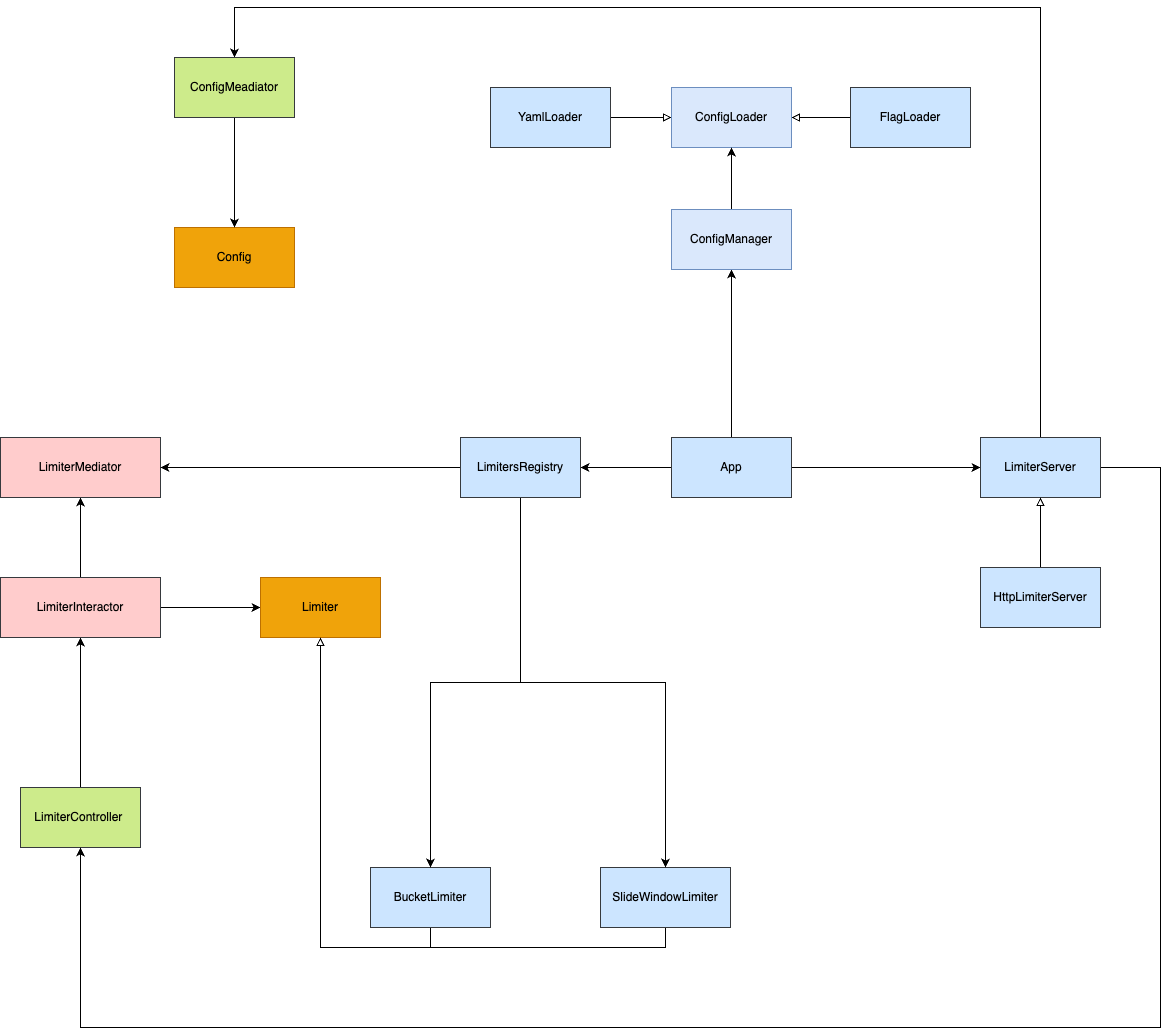
Before: Dreadnought.drawio.png, a diagram exported from draw.io (roynx98/dreadnought). Source tidied: cells renumbered, new cells last; positions are measured from the earlier drawing's top-left corner, leaving out a move shared by most shapes.
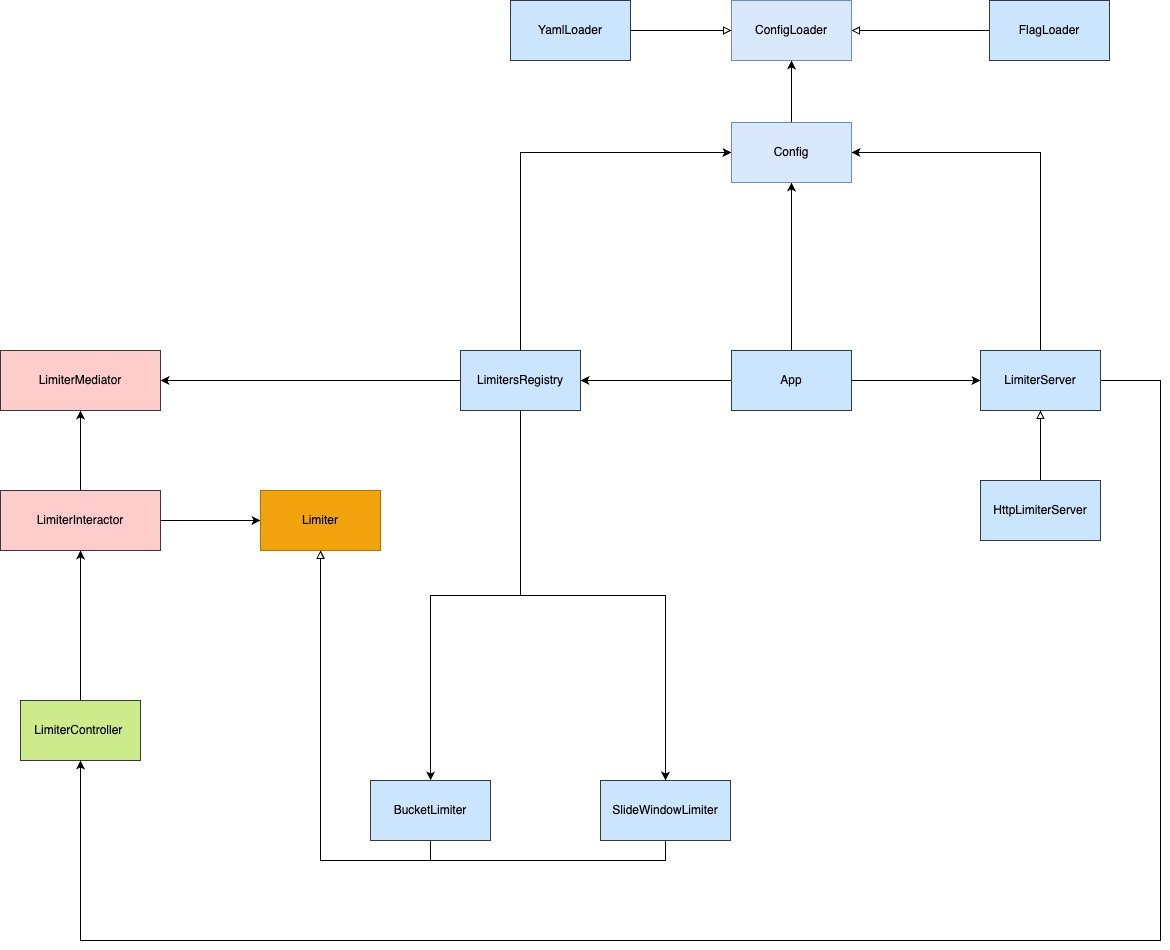
Above is the later version.

The edit, as a diff of the source:
```diff
@@ -1,4 +1,4 @@
-<mxGraphModel background="#ffffff">
+<mxGraphModel>
   <root>
     <mxCell id="0" />
     <mxCell id="1" parent="0" />
@@ -27,7 +27,7 @@
       <mxGeometry relative="1" as="geometry" />
     </mxCell>
     <mxCell id="10" value="App" style="rounded=0;whiteSpace=wrap;html=1;fillColor=#cce5ff;strokeColor=#36393d;" parent="1" vertex="1">
-      <mxGeometry x="671" y="430" width="120" height="60" as="geometry" />
+      <mxGeometry x="731" y="430" width="120" height="60" as="geometry" />
     </mxCell>
     <mxCell id="11" style="edgeStyle=orthogonalEdgeStyle;rounded=0;jettySize=auto;html=1;entryX=0.5;entryY=1;entryDx=0;entryDy=0;" parent="1" edge="1" source="13" target="3">
       <mxGeometry relative="1" as="geometry">
@@ -37,14 +37,13 @@
         </Array>
       </mxGeometry>
     </mxCell>
-    <mxCell id="12" style="edgeStyle=orthogonalEdgeStyle;rounded=0;jettySize=auto;html=1;exitX=0.5;exitY=0;exitDx=0;exitDy=0;entryX=0.5;entryY=0;entryDx=0;entryDy=0;" parent="1" edge="1" source="13" target="35">
-      <mxGeometry relative="1" as="geometry">
-        <Array as="points">
-          <mxPoint x="1040" />
-          <mxPoint x="234" />
-        </Array>
-      </mxGeometry>
-    </mxCell>
+    <mxCell id="36" style="edgeStyle=orthogonalEdgeStyle;rounded=0;jettySize=auto;html=1;entryX=1;entryY=0.5;entryDx=0;entryDy=0;" parent="1" edge="1" source="13" target="33">
+      <mxGeometry relative="1" as="geometry">
+        <Array as="points">
+          <mxPoint x="1040" y="232" />
+        </Array>
+      </mxGeometry>
+    </mxCell>
     <mxCell id="13" value="LimiterServer" style="rounded=0;whiteSpace=wrap;html=1;fillColor=#cce5ff;strokeColor=#36393d;" parent="1" vertex="1">
       <mxGeometry x="980" y="430" width="120" height="60" as="geometry" />
     </mxCell>
@@ -81,38 +80,36 @@
     <mxCell id="24" style="edgeStyle=orthogonalEdgeStyle;rounded=0;jettySize=auto;html=1;exitX=0.5;exitY=1;exitDx=0;exitDy=0;" parent="1" edge="1" source="25" target="20">
       <mxGeometry relative="1" as="geometry" />
     </mxCell>
+    <mxCell id="37" style="edgeStyle=orthogonalEdgeStyle;rounded=0;jettySize=auto;html=1;entryX=0;entryY=0.5;entryDx=0;entryDy=0;" parent="1" edge="1" source="25" target="33">
+      <mxGeometry relative="1" as="geometry">
+        <Array as="points">
+          <mxPoint x="520" y="232" />
+        </Array>
+      </mxGeometry>
+    </mxCell>
     <mxCell id="25" value="LimitersRegistry" style="rounded=0;whiteSpace=wrap;html=1;fillColor=#cce5ff;strokeColor=#36393d;" parent="1" vertex="1">
       <mxGeometry x="460" y="430" width="120" height="60" as="geometry" />
     </mxCell>
-    <mxCell id="26" value="Config" style="rounded=0;whiteSpace=wrap;html=1;fillColor=#f0a30a;strokeColor=#BD7000;fontColor=#000000;" parent="1" vertex="1">
-      <mxGeometry x="174" y="220" width="120" height="60" as="geometry" />
-    </mxCell>
     <mxCell id="27" style="edgeStyle=orthogonalEdgeStyle;rounded=0;jettySize=auto;html=1;entryX=0;entryY=0.5;entryDx=0;entryDy=0;endArrow=block;endFill=0;" parent="1" edge="1" source="28" target="31">
       <mxGeometry relative="1" as="geometry" />
     </mxCell>
     <mxCell id="28" value="YamlLoader" style="rounded=0;whiteSpace=wrap;html=1;fillColor=#cce5ff;strokeColor=#36393d;" parent="1" vertex="1">
-      <mxGeometry x="490" y="80" width="120" height="60" as="geometry" />
+      <mxGeometry x="510" y="80" width="120" height="60" as="geometry" />
     </mxCell>
     <mxCell id="29" style="edgeStyle=orthogonalEdgeStyle;rounded=0;jettySize=auto;html=1;endArrow=block;endFill=0;" parent="1" edge="1" source="30" target="31">
       <mxGeometry relative="1" as="geometry" />
     </mxCell>
     <mxCell id="30" value="FlagLoader" style="rounded=0;whiteSpace=wrap;html=1;fillColor=#cce5ff;strokeColor=#36393d;" parent="1" vertex="1">
-      <mxGeometry x="850" y="80" width="120" height="60" as="geometry" />
+      <mxGeometry x="989" y="80" width="120" height="60" as="geometry" />
     </mxCell>
     <mxCell id="31" value="ConfigLoader" style="rounded=0;whiteSpace=wrap;html=1;fillColor=#dae8fc;strokeColor=#6c8ebf;" parent="1" vertex="1">
-      <mxGeometry x="671" y="80" width="120" height="60" as="geometry" />
+      <mxGeometry x="731" y="80" width="120" height="60" as="geometry" />
     </mxCell>
     <mxCell id="32" style="edgeStyle=orthogonalEdgeStyle;rounded=0;jettySize=auto;html=1;entryX=0.5;entryY=1;entryDx=0;entryDy=0;" parent="1" edge="1" source="33" target="31">
       <mxGeometry relative="1" as="geometry" />
     </mxCell>
-    <mxCell id="33" value="ConfigManager" style="rounded=0;whiteSpace=wrap;html=1;fillColor=#dae8fc;strokeColor=#6c8ebf;" parent="1" vertex="1">
-      <mxGeometry x="671" y="202" width="120" height="60" as="geometry" />
+    <mxCell id="33" value="Config" style="rounded=0;whiteSpace=wrap;html=1;fillColor=#dae8fc;strokeColor=#6c8ebf;" parent="1" vertex="1">
+      <mxGeometry x="731" y="202" width="120" height="60" as="geometry" />
     </mxCell>
-    <mxCell id="34" style="edgeStyle=orthogonalEdgeStyle;rounded=0;jettySize=auto;html=1;" parent="1" edge="1" source="35" target="26">
-      <mxGeometry relative="1" as="geometry" />
-    </mxCell>
-    <mxCell id="35" value="ConfigMeadiator" style="rounded=0;whiteSpace=wrap;html=1;fillColor=#cdeb8b;strokeColor=#36393d;" parent="1" vertex="1">
-      <mxGeometry x="174" y="50" width="120" height="60" as="geometry" />
-    </mxCell>
   </root>
 </mxGraphModel>
```
